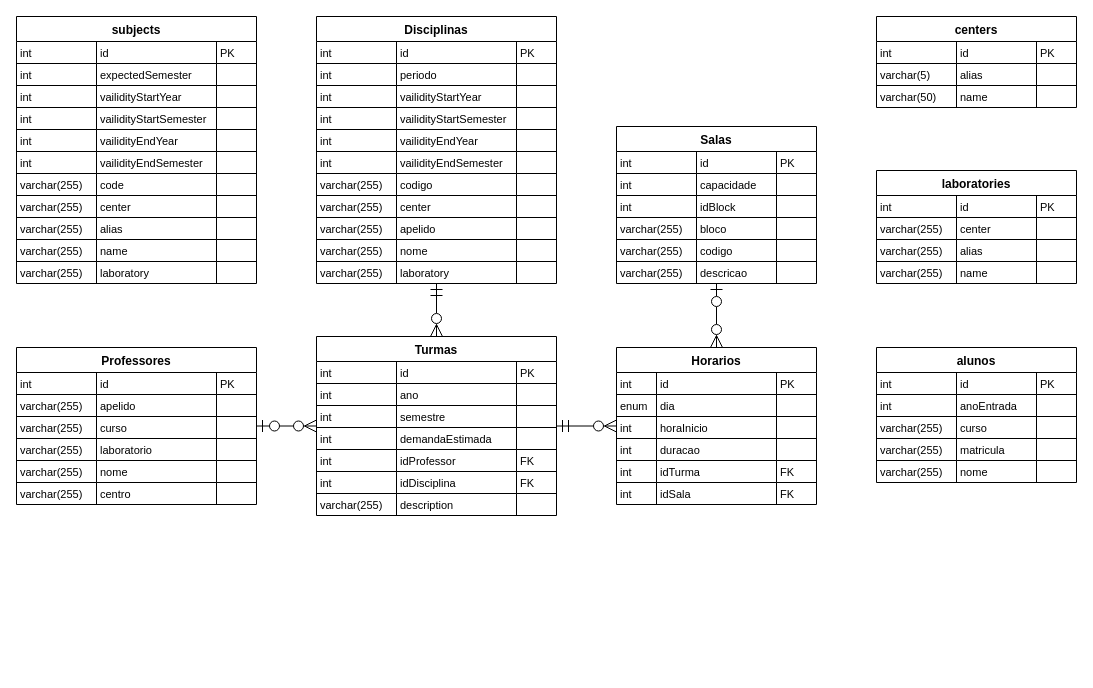
Earlier version of the draw.io diagram page "DER-Final" (8 of 9) of Files/Outras monografias/202405 - João Vítor Fernandes Dias/Texto/Diagramas/Drawio/Diagrama ER.drawio (UENF-Organizacao-de-Disciplinas/INF01131-Monografia). Source tidied: cells renumbered, new cells numbered last; positions are measured from the earlier drawing's top-left corner, leaving out a move shared by most shapes. Both pictures are drawn from the tidied source at 100%, with x=0, y=0 at pixel (16, 16).
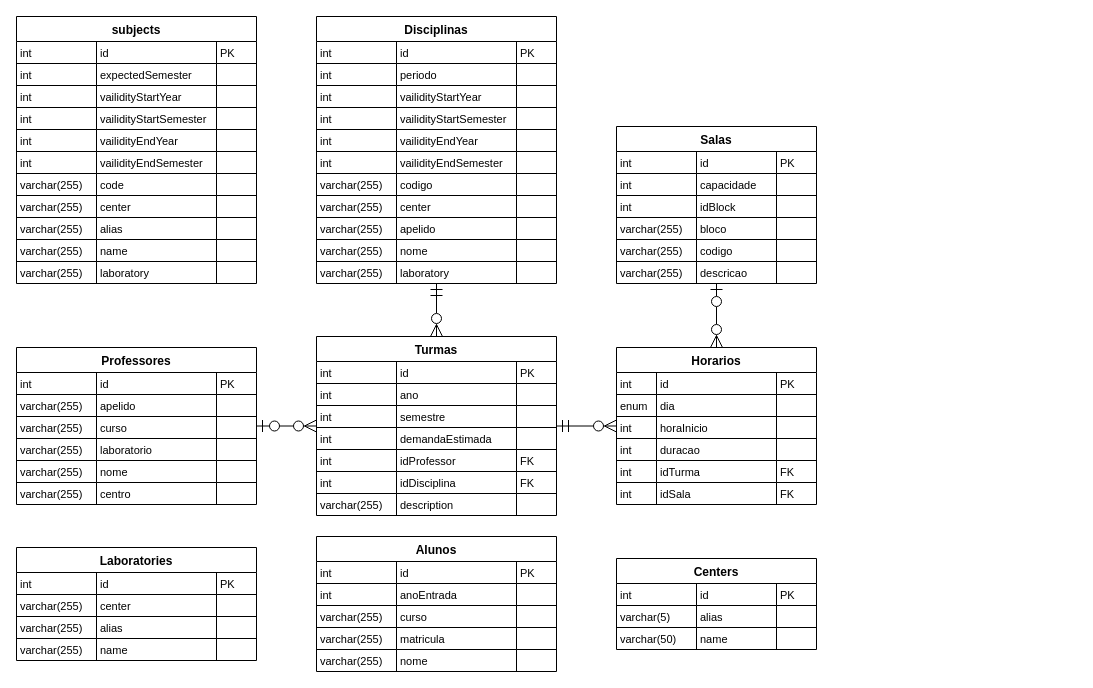
After the change.

Change to the diagram source:
```diff
@@
-    <mxCell id="200" value="laboratories" style="shape=table;startSize=25;childLayout=tableLayout;rowLines=1;fontStyle=1;align=center;noLabel=0;fillColor=none;" parent="1" vertex="1">
-      <mxGeometry x="860" y="154" width="200" height="113" as="geometry" />
+    <mxCell id="200" value="Laboratories" style="shape=table;startSize=25;childLayout=tableLayout;rowLines=1;fontStyle=1;align=center;noLabel=0;fillColor=none;" parent="1" vertex="1">
+      <mxGeometry y="531" width="240" height="113" as="geometry" />
     </mxCell>
     <mxCell id="201" style="shape=tableRow;horizontal=0;startSize=0;swimlaneHead=0;swimlaneBody=0;fillColor=none;top=0;left=0;right=0;bottom=0;" parent="200" vertex="1">
-      <mxGeometry y="25" width="200" height="22" as="geometry" />
+      <mxGeometry y="25" width="240" height="22" as="geometry" />
     </mxCell>
@@
     <mxCell id="203" value="id" style="shape=partialRectangle;fillColor=none;top=0;left=0;bottom=0;right=0;align=left;spacingLeft=2;overflow=hidden;fontSize=11;" parent="201" vertex="1">
-      <mxGeometry x="80" width="80" height="22" as="geometry" />
+      <mxGeometry x="80" width="120" height="22" as="geometry" />
     </mxCell>
     <mxCell id="204" value="PK" style="shape=partialRectangle;fillColor=none;top=0;left=0;bottom=0;right=0;align=left;spacingLeft=2;overflow=hidden;fontSize=11;" parent="201" vertex="1">
-      <mxGeometry x="160" width="40" height="22" as="geometry" />
+      <mxGeometry x="200" width="40" height="22" as="geometry" />
     </mxCell>
     <mxCell id="205" style="shape=tableRow;horizontal=0;startSize=0;swimlaneHead=0;swimlaneBody=0;fillColor=none;top=0;left=0;right=0;bottom=0;" parent="200" vertex="1">
-      <mxGeometry y="47" width="200" height="22" as="geometry" />
+      <mxGeometry y="47" width="240" height="22" as="geometry" />
     </mxCell>
@@
     <mxCell id="207" value="center" style="shape=partialRectangle;fillColor=none;top=0;left=0;bottom=0;right=0;align=left;spacingLeft=2;overflow=hidden;fontSize=11;" parent="205" vertex="1">
-      <mxGeometry x="80" width="80" height="22" as="geometry" />
+      <mxGeometry x="80" width="120" height="22" as="geometry" />
     </mxCell>
     <mxCell id="208" style="shape=partialRectangle;fillColor=none;top=0;left=0;bottom=0;right=0;align=left;spacingLeft=2;overflow=hidden;fontSize=11;" parent="205" vertex="1">
-      <mxGeometry x="160" width="40" height="22" as="geometry" />
+      <mxGeometry x="200" width="40" height="22" as="geometry" />
     </mxCell>
     <mxCell id="209" style="shape=tableRow;horizontal=0;startSize=0;swimlaneHead=0;swimlaneBody=0;fillColor=none;top=0;left=0;right=0;bottom=0;" parent="200" vertex="1">
-      <mxGeometry y="69" width="200" height="22" as="geometry" />
+      <mxGeometry y="69" width="240" height="22" as="geometry" />
     </mxCell>
@@
     <mxCell id="211" value="alias" style="shape=partialRectangle;fillColor=none;top=0;left=0;bottom=0;right=0;align=left;spacingLeft=2;overflow=hidden;fontSize=11;" parent="209" vertex="1">
-      <mxGeometry x="80" width="80" height="22" as="geometry" />
+      <mxGeometry x="80" width="120" height="22" as="geometry" />
     </mxCell>
     <mxCell id="212" style="shape=partialRectangle;fillColor=none;top=0;left=0;bottom=0;right=0;align=left;spacingLeft=2;overflow=hidden;fontSize=11;" parent="209" vertex="1">
-      <mxGeometry x="160" width="40" height="22" as="geometry" />
+      <mxGeometry x="200" width="40" height="22" as="geometry" />
     </mxCell>
     <mxCell id="213" style="shape=tableRow;horizontal=0;startSize=0;swimlaneHead=0;swimlaneBody=0;fillColor=none;top=0;left=0;right=0;bottom=0;" parent="200" vertex="1">
-      <mxGeometry y="91" width="200" height="22" as="geometry" />
+      <mxGeometry y="91" width="240" height="22" as="geometry" />
     </mxCell>
@@
     <mxCell id="215" value="name" style="shape=partialRectangle;fillColor=none;top=0;left=0;bottom=0;right=0;align=left;spacingLeft=2;overflow=hidden;fontSize=11;" parent="213" vertex="1">
-      <mxGeometry x="80" width="80" height="22" as="geometry" />
+      <mxGeometry x="80" width="120" height="22" as="geometry" />
     </mxCell>
     <mxCell id="216" style="shape=partialRectangle;fillColor=none;top=0;left=0;bottom=0;right=0;align=left;spacingLeft=2;overflow=hidden;fontSize=11;" parent="213" vertex="1">
-      <mxGeometry x="160" width="40" height="22" as="geometry" />
+      <mxGeometry x="200" width="40" height="22" as="geometry" />
     </mxCell>
-    <mxCell id="217" value="centers" style="shape=table;startSize=25;childLayout=tableLayout;rowLines=1;fontStyle=1;align=center;noLabel=0;fillColor=none;" parent="1" vertex="1">
-      <mxGeometry x="860" width="200" height="91" as="geometry" />
+    <mxCell id="217" value="Centers" style="shape=table;startSize=25;childLayout=tableLayout;rowLines=1;fontStyle=1;align=center;noLabel=0;fillColor=none;" parent="1" vertex="1">
+      <mxGeometry x="600" y="542" width="200" height="91" as="geometry" />
     </mxCell>
@@
-    <mxCell id="230" value="alunos" style="shape=table;startSize=25;childLayout=tableLayout;rowLines=1;fontStyle=1;align=center;noLabel=0;fillColor=none;" parent="1" vertex="1">
-      <mxGeometry x="860" y="331" width="200" height="135" as="geometry" />
+    <mxCell id="230" value="Alunos" style="shape=table;startSize=25;childLayout=tableLayout;rowLines=1;fontStyle=1;align=center;noLabel=0;fillColor=none;" parent="1" vertex="1">
+      <mxGeometry x="300" y="520" width="240" height="135" as="geometry" />
     </mxCell>
     <mxCell id="231" style="shape=tableRow;horizontal=0;startSize=0;swimlaneHead=0;swimlaneBody=0;fillColor=none;top=0;left=0;right=0;bottom=0;" parent="230" vertex="1">
-      <mxGeometry y="25" width="200" height="22" as="geometry" />
+      <mxGeometry y="25" width="240" height="22" as="geometry" />
     </mxCell>
@@
     <mxCell id="233" value="id" style="shape=partialRectangle;fillColor=none;top=0;left=0;bottom=0;right=0;align=left;spacingLeft=2;overflow=hidden;fontSize=11;" parent="231" vertex="1">
-      <mxGeometry x="80" width="80" height="22" as="geometry" />
+      <mxGeometry x="80" width="120" height="22" as="geometry" />
     </mxCell>
     <mxCell id="234" value="PK" style="shape=partialRectangle;fillColor=none;top=0;left=0;bottom=0;right=0;align=left;spacingLeft=2;overflow=hidden;fontSize=11;" parent="231" vertex="1">
-      <mxGeometry x="160" width="40" height="22" as="geometry" />
+      <mxGeometry x="200" width="40" height="22" as="geometry" />
     </mxCell>
     <mxCell id="235" style="shape=tableRow;horizontal=0;startSize=0;swimlaneHead=0;swimlaneBody=0;fillColor=none;top=0;left=0;right=0;bottom=0;" parent="230" vertex="1">
-      <mxGeometry y="47" width="200" height="22" as="geometry" />
+      <mxGeometry y="47" width="240" height="22" as="geometry" />
     </mxCell>
@@
     <mxCell id="237" value="anoEntrada" style="shape=partialRectangle;fillColor=none;top=0;left=0;bottom=0;right=0;align=left;spacingLeft=2;overflow=hidden;fontSize=11;" parent="235" vertex="1">
-      <mxGeometry x="80" width="80" height="22" as="geometry" />
+      <mxGeometry x="80" width="120" height="22" as="geometry" />
     </mxCell>
     <mxCell id="238" style="shape=partialRectangle;fillColor=none;top=0;left=0;bottom=0;right=0;align=left;spacingLeft=2;overflow=hidden;fontSize=11;" parent="235" vertex="1">
-      <mxGeometry x="160" width="40" height="22" as="geometry" />
+      <mxGeometry x="200" width="40" height="22" as="geometry" />
     </mxCell>
     <mxCell id="239" style="shape=tableRow;horizontal=0;startSize=0;swimlaneHead=0;swimlaneBody=0;fillColor=none;top=0;left=0;right=0;bottom=0;" parent="230" vertex="1">
-      <mxGeometry y="69" width="200" height="22" as="geometry" />
+      <mxGeometry y="69" width="240" height="22" as="geometry" />
     </mxCell>
@@
     <mxCell id="241" value="curso" style="shape=partialRectangle;fillColor=none;top=0;left=0;bottom=0;right=0;align=left;spacingLeft=2;overflow=hidden;fontSize=11;" parent="239" vertex="1">
-      <mxGeometry x="80" width="80" height="22" as="geometry" />
+      <mxGeometry x="80" width="120" height="22" as="geometry" />
     </mxCell>
     <mxCell id="242" style="shape=partialRectangle;fillColor=none;top=0;left=0;bottom=0;right=0;align=left;spacingLeft=2;overflow=hidden;fontSize=11;" parent="239" vertex="1">
-      <mxGeometry x="160" width="40" height="22" as="geometry" />
+      <mxGeometry x="200" width="40" height="22" as="geometry" />
     </mxCell>
     <mxCell id="243" style="shape=tableRow;horizontal=0;startSize=0;swimlaneHead=0;swimlaneBody=0;fillColor=none;top=0;left=0;right=0;bottom=0;" parent="230" vertex="1">
-      <mxGeometry y="91" width="200" height="22" as="geometry" />
+      <mxGeometry y="91" width="240" height="22" as="geometry" />
     </mxCell>
@@
     <mxCell id="245" value="matricula" style="shape=partialRectangle;fillColor=none;top=0;left=0;bottom=0;right=0;align=left;spacingLeft=2;overflow=hidden;fontSize=11;" parent="243" vertex="1">
-      <mxGeometry x="80" width="80" height="22" as="geometry" />
+      <mxGeometry x="80" width="120" height="22" as="geometry" />
     </mxCell>
     <mxCell id="246" style="shape=partialRectangle;fillColor=none;top=0;left=0;bottom=0;right=0;align=left;spacingLeft=2;overflow=hidden;fontSize=11;" parent="243" vertex="1">
-      <mxGeometry x="160" width="40" height="22" as="geometry" />
+      <mxGeometry x="200" width="40" height="22" as="geometry" />
     </mxCell>
     <mxCell id="247" style="shape=tableRow;horizontal=0;startSize=0;swimlaneHead=0;swimlaneBody=0;fillColor=none;top=0;left=0;right=0;bottom=0;" parent="230" vertex="1">
-      <mxGeometry y="113" width="200" height="22" as="geometry" />
+      <mxGeometry y="113" width="240" height="22" as="geometry" />
     </mxCell>
@@
     <mxCell id="249" value="nome" style="shape=partialRectangle;fillColor=none;top=0;left=0;bottom=0;right=0;align=left;spacingLeft=2;overflow=hidden;fontSize=11;" parent="247" vertex="1">
-      <mxGeometry x="80" width="80" height="22" as="geometry" />
+      <mxGeometry x="80" width="120" height="22" as="geometry" />
     </mxCell>
     <mxCell id="250" style="shape=partialRectangle;fillColor=none;top=0;left=0;bottom=0;right=0;align=left;spacingLeft=2;overflow=hidden;fontSize=11;" parent="247" vertex="1">
-      <mxGeometry x="160" width="40" height="22" as="geometry" />
+      <mxGeometry x="200" width="40" height="22" as="geometry" />
     </mxCell>
```
